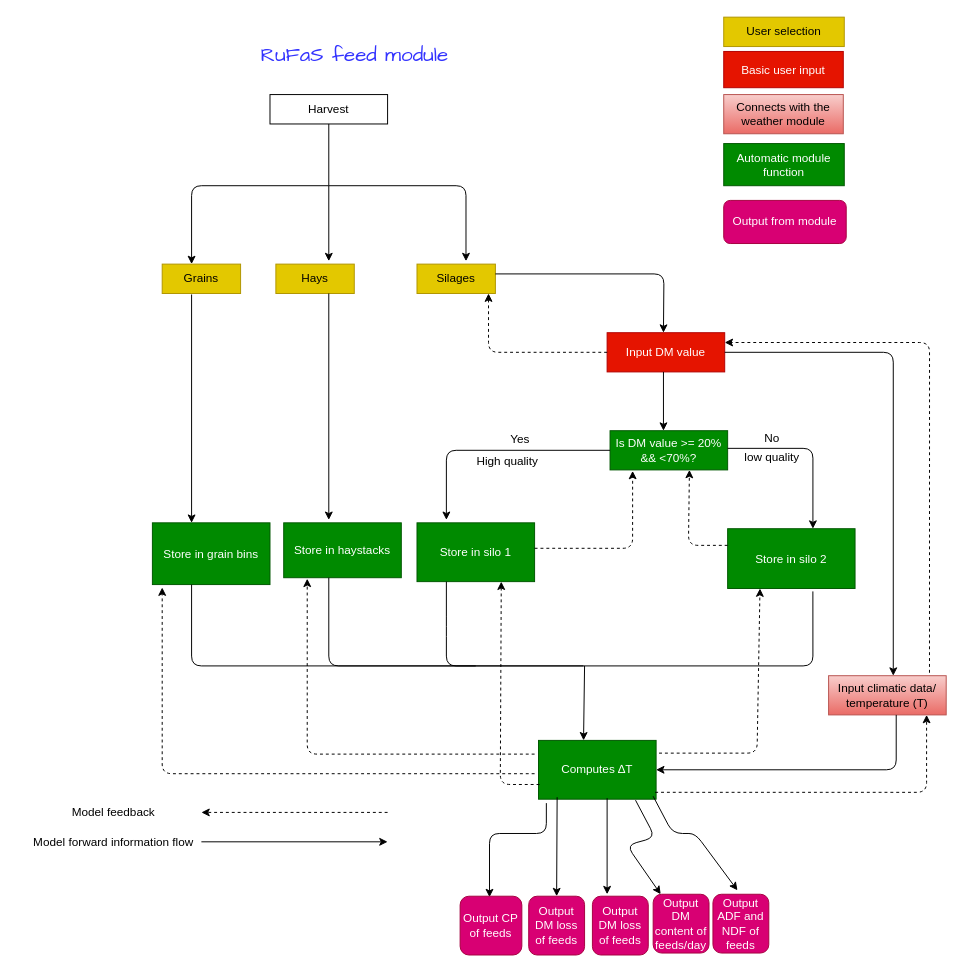
Earlier version of the draw.io diagram Untitled Diagram.drawio (Victor-Oribamise/AnimalMachineLerning). Source tidied: cells renumbered, new cells numbered last; positions are measured from the earlier drawing's top-left corner, leaving out a move shared by most shapes. Both pictures are drawn from the tidied source at 98%, with x=0, y=0 at pixel (24, 17).
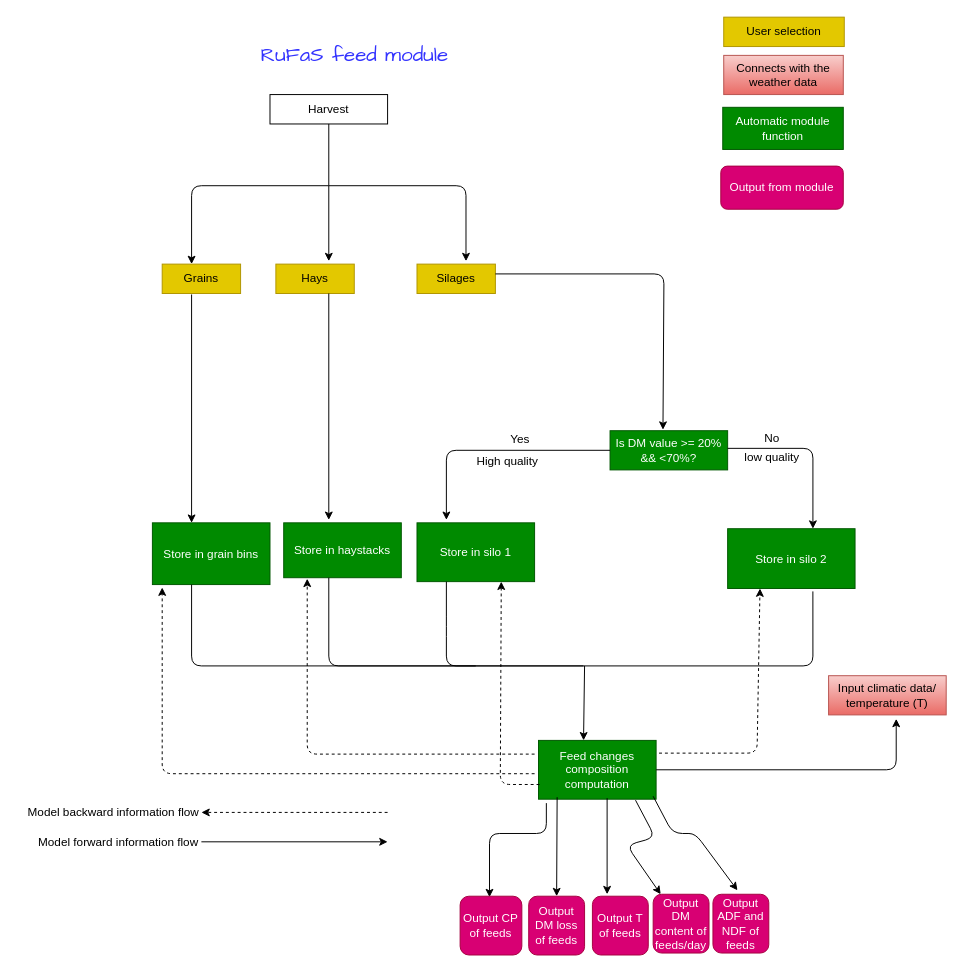
Above is the later version.

The change refers to these unchanged cells:
```xml
<mxCell id="8" value="Input climatic data/ temperature (T)" style="rounded=0;whiteSpace=wrap;html=1;fillColor=#f8cecc;strokeColor=#b85450;gradientColor=#ea6b66;" parent="1" vertex="1">
  <mxGeometry x="820" y="672" width="120" height="40" as="geometry" />
</mxCell>
<mxCell id="10" value="Is DM value &amp;gt;= 20% &amp;amp;&amp;amp; &amp;lt;70%?" style="rounded=0;whiteSpace=wrap;html=1;fillColor=#008a00;strokeColor=#005700;fontColor=#ffffff;" parent="1" vertex="1">
  <mxGeometry x="597" y="422" width="120" height="40" as="geometry" />
</mxCell>
<mxCell id="15" value="Store in silo 1" style="rounded=0;whiteSpace=wrap;html=1;fillColor=#008a00;strokeColor=#005700;fontColor=#ffffff;" parent="1" vertex="1">
  <mxGeometry x="400" y="516" width="120" height="60" as="geometry" />
</mxCell>
```

Change to the diagram source:
```diff
@@
-    <mxCell id="9" value="Input DM value" style="rounded=0;whiteSpace=wrap;html=1;fillColor=#e51400;strokeColor=#B20000;fontColor=#ffffff;" parent="1" vertex="1">
-      <mxGeometry x="594" y="322" width="120" height="40" as="geometry" />
-    </mxCell>
@@
-    <mxCell id="18" value="&lt;p&gt;&lt;span&gt;Computes ∆&lt;/span&gt;T&lt;br&gt;&lt;/p&gt;&lt;sub&gt;&lt;/sub&gt;" style="rounded=0;whiteSpace=wrap;html=1;fillColor=#008a00;strokeColor=#005700;fontColor=#ffffff;" parent="1" vertex="1">
+    <mxCell id="18" value="Feed changes composition computation " style="rounded=0;whiteSpace=wrap;html=1;fillColor=#008a00;strokeColor=#005700;fontColor=#ffffff;" parent="1" vertex="1">
       <mxGeometry x="524" y="738" width="120" height="60" as="geometry" />
     </mxCell>
@@
-    <mxCell id="21" value="Basic user input" style="rounded=0;whiteSpace=wrap;html=1;fillColor=#e51400;strokeColor=#B20000;fontColor=#ffffff;" parent="1" vertex="1">
-      <mxGeometry x="713" y="35" width="122" height="37" as="geometry" />
-    </mxCell>
-    <mxCell id="22" value="Connects with the weather module" style="rounded=0;whiteSpace=wrap;html=1;fillColor=#f8cecc;strokeColor=#b85450;gradientColor=#ea6b66;" parent="1" vertex="1">
-      <mxGeometry x="713" y="79" width="122" height="40" as="geometry" />
+    <mxCell id="22" value="Connects with the weather data" style="rounded=0;whiteSpace=wrap;html=1;fillColor=#f8cecc;strokeColor=#b85450;gradientColor=#ea6b66;" parent="1" vertex="1">
+      <mxGeometry x="713" y="39" width="122" height="40" as="geometry" />
     </mxCell>
-    <mxCell id="23" style="endArrow=classic;html=1;exitX=0.5;exitY=1;exitDx=0;exitDy=0;entryX=0.5;entryY=0;entryDx=0;entryDy=0;" parent="1" edge="1">
-      <mxGeometry relative="1" as="geometry">
-        <mxPoint x="651.5" y="362" as="sourcePoint" />
-        <mxPoint x="651.5" y="422" as="targetPoint" />
-      </mxGeometry>
-    </mxCell>
     <mxCell id="24" value="Automatic module function" style="rounded=0;whiteSpace=wrap;html=1;fillColor=#008a00;strokeColor=#005700;fontColor=#ffffff;" parent="1" vertex="1">
-      <mxGeometry x="713" y="129" width="123" height="43" as="geometry" />
+      <mxGeometry x="712" y="92" width="123" height="43" as="geometry" />
     </mxCell>
@@
-    <mxCell id="28" style="endArrow=classic;html=1;entryX=1;entryY=0.5;entryDx=0;entryDy=0;" parent="1" edge="1" target="18">
+    <mxCell id="28" style="endArrow=classic;html=1;entryX=0.575;entryY=1.1;entryDx=0;entryDy=0;entryPerimeter=0;exitX=1;exitY=0.5;exitDx=0;exitDy=0;" parent="1" edge="1" source="18" target="8">
       <mxGeometry relative="1" as="geometry">
-        <mxPoint x="889" y="712" as="sourcePoint" />
         <Array as="points">
           <mxPoint x="889" y="768" />
         </Array>
       </mxGeometry>
     </mxCell>
@@
-    <mxCell id="34" value="Output DM loss of feeds" style="rounded=1;whiteSpace=wrap;html=1;fillColor=#d80073;strokeColor=#A50040;fontColor=#ffffff;" parent="1" vertex="1">
+    <mxCell id="34" value="Output T of feeds" style="rounded=1;whiteSpace=wrap;html=1;fillColor=#d80073;strokeColor=#A50040;fontColor=#ffffff;" parent="1" vertex="1">
       <mxGeometry x="579" y="897" width="57" height="60" as="geometry" />
     </mxCell>
@@
     <mxCell id="40" value="Output from module" style="rounded=1;whiteSpace=wrap;html=1;fillColor=#d80073;strokeColor=#A50040;fontColor=#ffffff;" parent="1" vertex="1">
-      <mxGeometry x="713" y="187" width="125" height="44" as="geometry" />
+      <mxGeometry x="710" y="152" width="125" height="44" as="geometry" />
     </mxCell>
@@
-    <mxCell id="46" style="endArrow=classic;html=1;dashed=1;entryX=0.192;entryY=1.025;entryDx=0;entryDy=0;entryPerimeter=0;exitX=1;exitY=0.433;exitDx=0;exitDy=0;exitPerimeter=0;" parent="1" edge="1" source="15" target="10">
-      <mxGeometry relative="1" as="geometry">
-        <Array as="points">
-          <mxPoint x="620" y="542" />
-        </Array>
-      </mxGeometry>
-    </mxCell>
-    <mxCell id="47" style="endArrow=classic;html=1;" parent="1" edge="1">
+    <mxCell id="47" style="endArrow=classic;html=1;entryX=0.45;entryY=-0.025;entryDx=0;entryDy=0;entryPerimeter=0;" parent="1" edge="1" target="10">
       <mxGeometry relative="1" as="geometry">
         <mxPoint x="480" y="262" as="sourcePoint" />
-        <mxPoint x="651.5" y="322" as="targetPoint" />
         <Array as="points">
           <mxPoint x="652" y="262" />
         </Array>
       </mxGeometry>
     </mxCell>
-    <mxCell id="48" style="endArrow=classic;html=1;dashed=1;entryX=0.675;entryY=1;entryDx=0;entryDy=0;entryPerimeter=0;" parent="1" edge="1" target="10">
-      <mxGeometry relative="1" as="geometry">
-        <mxPoint x="717" y="539" as="sourcePoint" />
-        <Array as="points">
-          <mxPoint x="677" y="539" />
-        </Array>
-      </mxGeometry>
-    </mxCell>
-    <mxCell id="49" style="endArrow=classic;html=1;dashed=1;exitX=0;exitY=0.5;exitDx=0;exitDy=0;" parent="1" edge="1" source="9">
-      <mxGeometry relative="1" as="geometry">
-        <mxPoint x="473" y="282" as="targetPoint" />
-        <Array as="points">
-          <mxPoint x="473" y="342" />
-        </Array>
-      </mxGeometry>
-    </mxCell>
@@
-    <mxCell id="54" style="endArrow=classic;html=1;" parent="1" edge="1">
-      <mxGeometry relative="1" as="geometry">
-        <mxPoint x="714" y="342" as="sourcePoint" />
-        <mxPoint x="886" y="672" as="targetPoint" />
-        <Array as="points">
-          <mxPoint x="886" y="342" />
-        </Array>
-      </mxGeometry>
-    </mxCell>
-    <mxCell id="55" style="endArrow=classic;html=1;dashed=1;entryX=0.192;entryY=1.025;entryDx=0;entryDy=0;entryPerimeter=0;exitX=0.992;exitY=0.883;exitDx=0;exitDy=0;exitPerimeter=0;" parent="1" edge="1" source="18">
-      <mxGeometry relative="1" as="geometry">
-        <mxPoint x="920" y="712" as="targetPoint" />
-        <Array as="points">
-          <mxPoint x="920" y="791" />
-        </Array>
-      </mxGeometry>
-    </mxCell>
@@
-    <mxCell id="59" value="Model feedback" style="text;html=1;align=center;verticalAlign=middle;strokeColor=none;" parent="1" vertex="1">
-      <mxGeometry x="40" y="802" width="100" height="20" as="geometry" />
+    <mxCell id="59" value="Model backward information flow" style="text;html=1;align=center;verticalAlign=middle;strokeColor=none;" parent="1" vertex="1">
+      <mxGeometry x="-5" y="802" width="190" height="20" as="geometry" />
     </mxCell>
     <mxCell id="60" value="Model forward information flow" style="text;html=1;align=center;verticalAlign=middle;strokeColor=none;" parent="1" vertex="1">
-      <mxGeometry y="832" width="180" height="20" as="geometry" />
+      <mxGeometry x="5" y="832" width="180" height="20" as="geometry" />
     </mxCell>
     <mxCell id="61" style="whiteSpace=wrap;html=1;opacity=0;sketch=0;strokeWidth=7;fillColor=#0000FF;perimeterSpacing=18;" parent="1" vertex="1">
-      <mxGeometry y="798" width="400" height="60" as="geometry" />
+      <mxGeometry x="-5" y="798" width="400" height="60" as="geometry" />
     </mxCell>
-    <mxCell id="62" style="endArrow=classic;html=1;shadow=0;strokeColor=#000000;entryX=1;entryY=0.25;entryDx=0;entryDy=0;exitX=0.858;exitY=-0.075;exitDx=0;exitDy=0;exitPerimeter=0;dashed=1;" parent="1" edge="1" source="8" target="9">
-      <mxGeometry relative="1" as="geometry">
-        <Array as="points">
-          <mxPoint x="923" y="332" />
-        </Array>
-      </mxGeometry>
-    </mxCell>
```
